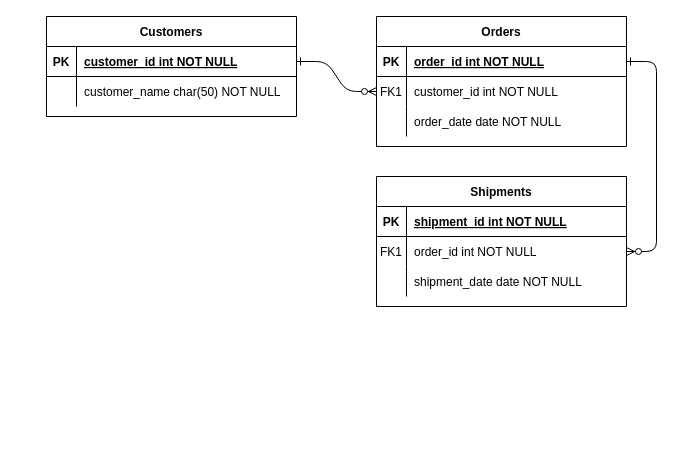
Above: MX_仓储域.drawio in wubaozhou/01_EMXEE_DW (draw.io), before the change. Source tidied: cells renumbered, new cells numbered last; positions are measured from the earlier drawing's top-left corner, leaving out a move shared by most shapes. Both pictures are drawn from the tidied source at 100%, with x=0, y=0 at pixel (46, 16).
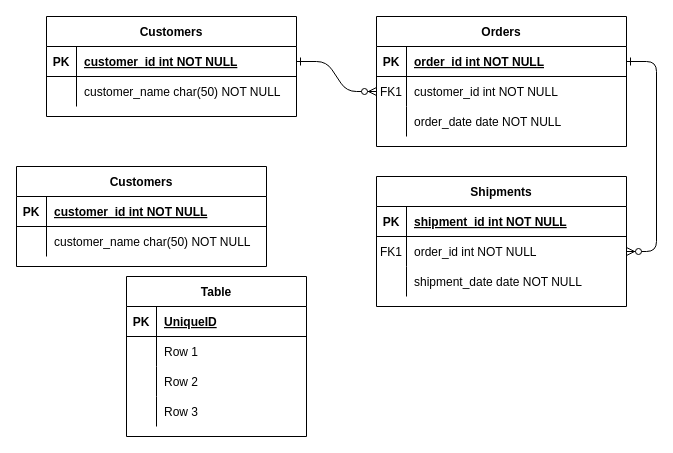
The same diagram, later.

Commit message:
更新MX_仓储域.drawio

Change to the diagram source:
```diff
@@
+    <mxCell id="31" value="Customers" style="shape=table;startSize=30;childLayout=tableLayout;rowLines=0;fontStyle=1;align=center;" parent="1" vertex="1">
+      <mxGeometry x="-30" y="150" width="250" height="100" as="geometry" />
+    </mxCell>
+    <mxCell id="32" style="shape=partialRectangle;fillColor=none;top=0;left=0;right=0;bottom=1;" parent="31" vertex="1">
+      <mxGeometry y="30" width="250" height="30" as="geometry" />
+    </mxCell>
+    <mxCell id="33" value="PK" style="shape=partialRectangle;overflow=hidden;fillColor=none;top=0;left=0;bottom=0;right=0;fontStyle=1;" parent="32" vertex="1">
+      <mxGeometry width="30" height="30" as="geometry" />
+    </mxCell>
+    <mxCell id="34" value="customer_id int NOT NULL " style="shape=partialRectangle;overflow=hidden;fillColor=none;top=0;left=0;bottom=0;right=0;align=left;spacingLeft=6;fontStyle=5;" parent="32" vertex="1">
+      <mxGeometry x="30" width="220" height="30" as="geometry" />
+    </mxCell>
+    <mxCell id="35" style="shape=partialRectangle;fillColor=none;top=0;left=0;right=0;bottom=0;" parent="31" vertex="1">
+      <mxGeometry y="60" width="250" height="30" as="geometry" />
+    </mxCell>
+    <mxCell id="36" style="shape=partialRectangle;overflow=hidden;fillColor=none;top=0;left=0;bottom=0;right=0;" parent="35" vertex="1">
+      <mxGeometry width="30" height="30" as="geometry" />
+    </mxCell>
+    <mxCell id="37" value="customer_name char(50) NOT NULL" style="shape=partialRectangle;overflow=hidden;fillColor=none;top=0;left=0;bottom=0;right=0;align=left;spacingLeft=6;" parent="35" vertex="1">
+      <mxGeometry x="30" width="220" height="30" as="geometry" />
+    </mxCell>
+    <mxCell id="38" value="Table" style="shape=table;startSize=30;childLayout=tableLayout;rowLines=0;fontStyle=1;align=center;" parent="1" vertex="1">
+      <mxGeometry x="80" y="260" width="180" height="160" as="geometry" />
+    </mxCell>
+    <mxCell id="39" style="shape=tableRow;horizontal=0;startSize=0;swimlaneHead=0;swimlaneBody=0;fillColor=none;top=0;left=0;right=0;bottom=1;" parent="38" vertex="1">
+      <mxGeometry y="30" width="180" height="30" as="geometry" />
+    </mxCell>
+    <mxCell id="40" value="PK" style="shape=partialRectangle;fillColor=none;top=0;left=0;bottom=0;right=0;fontStyle=1;overflow=hidden;" parent="39" vertex="1">
+      <mxGeometry width="30" height="30" as="geometry" />
+    </mxCell>
+    <mxCell id="41" value="UniqueID" style="shape=partialRectangle;fillColor=none;top=0;left=0;bottom=0;right=0;align=left;spacingLeft=6;fontStyle=5;overflow=hidden;" parent="39" vertex="1">
+      <mxGeometry x="30" width="150" height="30" as="geometry" />
+    </mxCell>
+    <mxCell id="42" style="shape=tableRow;horizontal=0;startSize=0;swimlaneHead=0;swimlaneBody=0;fillColor=none;top=0;left=0;right=0;bottom=0;" parent="38" vertex="1">
+      <mxGeometry y="60" width="180" height="30" as="geometry" />
+    </mxCell>
+    <mxCell id="43" style="shape=partialRectangle;fillColor=none;top=0;left=0;bottom=0;right=0;overflow=hidden;" parent="42" vertex="1">
+      <mxGeometry width="30" height="30" as="geometry" />
+    </mxCell>
+    <mxCell id="44" value="Row 1" style="shape=partialRectangle;fillColor=none;top=0;left=0;bottom=0;right=0;align=left;spacingLeft=6;overflow=hidden;" parent="42" vertex="1">
+      <mxGeometry x="30" width="150" height="30" as="geometry" />
+    </mxCell>
+    <mxCell id="45" style="shape=tableRow;horizontal=0;startSize=0;swimlaneHead=0;swimlaneBody=0;fillColor=none;top=0;left=0;right=0;bottom=0;" parent="38" vertex="1">
+      <mxGeometry y="90" width="180" height="30" as="geometry" />
+    </mxCell>
+    <mxCell id="46" style="shape=partialRectangle;fillColor=none;top=0;left=0;bottom=0;right=0;overflow=hidden;" parent="45" vertex="1">
+      <mxGeometry width="30" height="30" as="geometry" />
+    </mxCell>
+    <mxCell id="47" value="Row 2" style="shape=partialRectangle;fillColor=none;top=0;left=0;bottom=0;right=0;align=left;spacingLeft=6;overflow=hidden;" parent="45" vertex="1">
+      <mxGeometry x="30" width="150" height="30" as="geometry" />
+    </mxCell>
+    <mxCell id="48" style="shape=tableRow;horizontal=0;startSize=0;swimlaneHead=0;swimlaneBody=0;fillColor=none;top=0;left=0;right=0;bottom=0;" parent="38" vertex="1">
+      <mxGeometry y="120" width="180" height="30" as="geometry" />
+    </mxCell>
+    <mxCell id="49" style="shape=partialRectangle;fillColor=none;top=0;left=0;bottom=0;right=0;overflow=hidden;" parent="48" vertex="1">
+      <mxGeometry width="30" height="30" as="geometry" />
+    </mxCell>
+    <mxCell id="50" value="Row 3" style="shape=partialRectangle;fillColor=none;top=0;left=0;bottom=0;right=0;align=left;spacingLeft=6;overflow=hidden;" parent="48" vertex="1">
+      <mxGeometry x="30" width="150" height="30" as="geometry" />
+    </mxCell>
```
